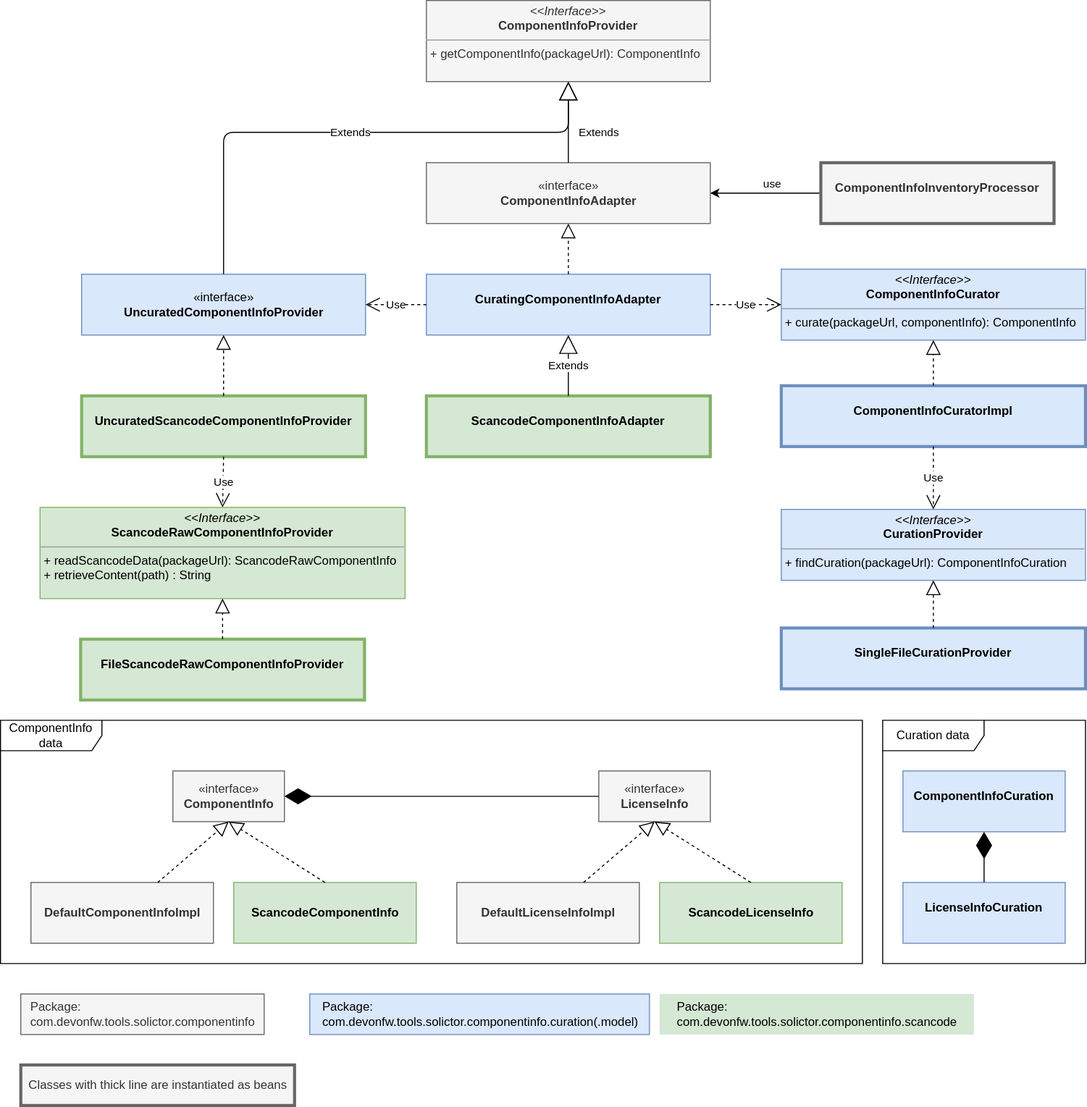
Earlier version of the draw.io export core/src/main/java/com/devonfw/tools/solicitor/componentinfo/doc-files/componentinfo_classes.drawio.svg (devonfw/solicitor). Source tidied: cells renumbered, new cells last; positions are measured from the earlier drawing's top-left corner, leaving out a move shared by most shapes. The source it was exported from:
```xml
<mxGraphModel>
  <root>
    <mxCell id="0" />
    <mxCell id="1" parent="0" />
    <mxCell id="2" value="Curation data" style="shape=umlFrame;whiteSpace=wrap;html=1;width=100;height=30;" parent="1" vertex="1">
      <mxGeometry x="870" y="710" width="200" height="240" as="geometry" />
    </mxCell>
    <mxCell id="3" value="ComponentInfo data" style="shape=umlFrame;whiteSpace=wrap;html=1;width=100;height=30;" parent="1" vertex="1">
      <mxGeometry y="710" width="850" height="240" as="geometry" />
    </mxCell>
    <mxCell id="4" value="«interface»&lt;br&gt;&lt;b&gt;ComponentInfo&lt;/b&gt;" style="html=1;fillColor=#f5f5f5;strokeColor=#666666;fontColor=#333333;" parent="1" vertex="1">
      <mxGeometry x="170" y="760" width="110" height="50" as="geometry" />
    </mxCell>
    <mxCell id="5" value="«interface»&lt;br&gt;&lt;b&gt;LicenseInfo&lt;/b&gt;" style="html=1;fillColor=#f5f5f5;strokeColor=#666666;fontColor=#333333;" parent="1" vertex="1">
      <mxGeometry x="590" y="760" width="110" height="50" as="geometry" />
    </mxCell>
    <mxCell id="6" value="&lt;b&gt;DefaultComponentInfoImpl&lt;/b&gt;" style="html=1;fillColor=#f5f5f5;strokeColor=#666666;fontColor=#333333;" parent="1" vertex="1">
      <mxGeometry x="30" y="870" width="180" height="60" as="geometry" />
    </mxCell>
    <mxCell id="7" value="&lt;b&gt;DefaultLicenseInfoImpl&lt;/b&gt;" style="html=1;fillColor=#f5f5f5;strokeColor=#666666;fontColor=#333333;" parent="1" vertex="1">
      <mxGeometry x="450" y="870" width="180" height="60" as="geometry" />
    </mxCell>
    <mxCell id="8" style="endArrow=block;dashed=1;endFill=0;endSize=12;html=1;entryX=0.5;entryY=1;entryDx=0;entryDy=0;" parent="1" edge="1" source="6" target="4">
      <mxGeometry relative="1" as="geometry" />
    </mxCell>
    <mxCell id="9" style="endArrow=block;dashed=1;endFill=0;endSize=12;html=1;entryX=0.5;entryY=1;entryDx=0;entryDy=0;" parent="1" edge="1" source="7" target="5">
      <mxGeometry relative="1" as="geometry" />
    </mxCell>
    <mxCell id="10" value="&lt;p style=&quot;margin: 0px ; margin-top: 4px ; text-align: center&quot;&gt;&lt;i&gt;&amp;lt;&amp;lt;Interface&amp;gt;&amp;gt;&lt;/i&gt;&lt;br&gt;&lt;b&gt;ComponentInfoProvider&lt;/b&gt;&lt;/p&gt;&lt;hr size=&quot;1&quot;&gt;&lt;p style=&quot;margin: 0px ; margin-left: 4px&quot;&gt;&lt;span&gt;+ getComponentInfo(packageUrl): ComponentInfo&lt;/span&gt;&lt;/p&gt;&lt;p style=&quot;margin: 0px ; margin-left: 4px&quot;&gt;&lt;br&gt;&lt;/p&gt;" style="verticalAlign=top;align=left;overflow=fill;fontSize=12;fontFamily=Helvetica;html=1;fillColor=#f5f5f5;strokeColor=#666666;fontColor=#333333;" parent="1" vertex="1">
      <mxGeometry x="420" width="280" height="80" as="geometry" />
    </mxCell>
    <mxCell id="11" value="«interface»&lt;br&gt;&lt;b&gt;ComponentInfoAdapter&lt;/b&gt;" style="html=1;fillColor=#f5f5f5;strokeColor=#666666;fontColor=#333333;" parent="1" vertex="1">
      <mxGeometry x="420" y="160" width="280" height="60" as="geometry" />
    </mxCell>
    <mxCell id="12" value="Extends" style="endArrow=block;endSize=16;endFill=0;html=1;entryX=0.5;entryY=1;entryDx=0;entryDy=0;exitX=0.5;exitY=0;exitDx=0;exitDy=0;" parent="1" edge="1" source="11" target="10">
      <mxGeometry x="-0.25" y="-30" relative="1" as="geometry" />
    </mxCell>
    <mxCell id="13" style="edgeStyle=orthogonalEdgeStyle;rounded=0;jettySize=auto;html=1;entryX=1;entryY=0.5;entryDx=0;entryDy=0;" parent="1" edge="1" source="15" target="11">
      <mxGeometry relative="1" as="geometry" />
    </mxCell>
    <mxCell id="14" value="use" style="edgeLabel;html=1;align=center;verticalAlign=middle;" parent="13" vertex="1">
      <mxGeometry x="0.33" y="-1" relative="1" as="geometry">
        <mxPoint x="23" y="-9" as="offset" />
      </mxGeometry>
    </mxCell>
    <mxCell id="15" value="&lt;p style=&quot;margin: 0px ; margin-top: 4px ; text-align: center&quot;&gt;&lt;br&gt;&lt;b&gt;ComponentInfoInventoryProcessor&lt;/b&gt;&lt;/p&gt;" style="verticalAlign=top;align=left;overflow=fill;fontSize=12;fontFamily=Helvetica;html=1;fillColor=#f5f5f5;strokeColor=#666666;fontColor=#333333;strokeWidth=3;" parent="1" vertex="1">
      <mxGeometry x="809" y="160" width="230" height="60" as="geometry" />
    </mxCell>
    <mxCell id="16" value="«interface»&lt;br&gt;&lt;b&gt;UncuratedComponentInfoProvider&lt;/b&gt;" style="html=1;fillColor=#dae8fc;strokeColor=#6c8ebf;" parent="1" vertex="1">
      <mxGeometry x="80" y="270" width="280" height="60" as="geometry" />
    </mxCell>
    <mxCell id="17" value="Extends" style="endArrow=block;endSize=16;endFill=0;html=1;exitX=0.5;exitY=0;exitDx=0;exitDy=0;edgeStyle=orthogonalEdgeStyle;" parent="1" edge="1" source="16">
      <mxGeometry relative="1" as="geometry">
        <mxPoint x="560" y="80" as="targetPoint" />
        <Array as="points">
          <mxPoint x="220" y="130" />
          <mxPoint x="560" y="130" />
        </Array>
      </mxGeometry>
    </mxCell>
    <mxCell id="18" value="&lt;p style=&quot;margin: 0px ; margin-top: 4px ; text-align: center&quot;&gt;&lt;br&gt;&lt;b&gt;CuratingComponentInfoAdapter&lt;/b&gt;&lt;/p&gt;" style="verticalAlign=top;align=left;overflow=fill;fontSize=12;fontFamily=Helvetica;html=1;fillColor=#dae8fc;strokeColor=#6c8ebf;" parent="1" vertex="1">
      <mxGeometry x="420" y="270" width="280" height="60" as="geometry" />
    </mxCell>
    <mxCell id="19" style="endArrow=block;dashed=1;endFill=0;endSize=12;html=1;exitX=0.5;exitY=0;exitDx=0;exitDy=0;entryX=0.5;entryY=1;entryDx=0;entryDy=0;" parent="1" edge="1" source="18" target="11">
      <mxGeometry relative="1" as="geometry" />
    </mxCell>
    <mxCell id="20" value="&lt;p style=&quot;margin: 0px ; margin-top: 4px ; text-align: center&quot;&gt;&lt;i&gt;&amp;lt;&amp;lt;Interface&amp;gt;&amp;gt;&lt;/i&gt;&lt;br&gt;&lt;b&gt;ComponentInfoCurator&lt;/b&gt;&lt;/p&gt;&lt;hr size=&quot;1&quot;&gt;&lt;p style=&quot;margin: 0px ; margin-left: 4px&quot;&gt;+ curate(packageUrl, componentInfo): ComponentInfo&lt;br&gt;&lt;/p&gt;" style="verticalAlign=top;align=left;overflow=fill;fontSize=12;fontFamily=Helvetica;html=1;fillColor=#dae8fc;strokeColor=#6c8ebf;" parent="1" vertex="1">
      <mxGeometry x="770" y="265" width="300" height="70" as="geometry" />
    </mxCell>
    <mxCell id="21" value="Use" style="endArrow=open;endSize=12;dashed=1;html=1;exitX=1;exitY=0.5;exitDx=0;exitDy=0;entryX=0;entryY=0.5;entryDx=0;entryDy=0;" parent="1" edge="1" source="18" target="20">
      <mxGeometry relative="1" as="geometry" />
    </mxCell>
    <mxCell id="22" value="Use" style="endArrow=open;endSize=12;dashed=1;html=1;entryX=1;entryY=0.5;entryDx=0;entryDy=0;exitX=0;exitY=0.5;exitDx=0;exitDy=0;" parent="1" edge="1" source="18" target="16">
      <mxGeometry relative="1" as="geometry" />
    </mxCell>
    <mxCell id="23" value="&lt;p style=&quot;margin: 0px ; margin-top: 4px ; text-align: center&quot;&gt;&lt;br&gt;&lt;b&gt;ComponentInfoCuratorImpl&lt;/b&gt;&lt;/p&gt;" style="verticalAlign=top;align=left;overflow=fill;fontSize=12;fontFamily=Helvetica;html=1;fillColor=#dae8fc;strokeColor=#6c8ebf;strokeWidth=3;" parent="1" vertex="1">
      <mxGeometry x="770" y="380" width="300" height="60" as="geometry" />
    </mxCell>
    <mxCell id="24" style="endArrow=block;dashed=1;endFill=0;endSize=12;html=1;exitX=0.5;exitY=0;exitDx=0;exitDy=0;" parent="1" edge="1" source="23" target="20">
      <mxGeometry relative="1" as="geometry" />
    </mxCell>
    <mxCell id="25" value="&lt;p style=&quot;margin: 0px ; margin-top: 4px ; text-align: center&quot;&gt;&lt;i&gt;&amp;lt;&amp;lt;Interface&amp;gt;&amp;gt;&lt;/i&gt;&lt;br&gt;&lt;b&gt;CurationProvider&lt;/b&gt;&lt;/p&gt;&lt;hr size=&quot;1&quot;&gt;&lt;p style=&quot;margin: 0px ; margin-left: 4px&quot;&gt;+ findCuration(packageUrl): ComponentInfoCuration&lt;br&gt;&lt;/p&gt;" style="verticalAlign=top;align=left;overflow=fill;fontSize=12;fontFamily=Helvetica;html=1;fillColor=#dae8fc;strokeColor=#6c8ebf;" parent="1" vertex="1">
      <mxGeometry x="770" y="502" width="300" height="70" as="geometry" />
    </mxCell>
    <mxCell id="26" value="Use" style="endArrow=open;endSize=12;dashed=1;html=1;entryX=0.5;entryY=0;entryDx=0;entryDy=0;exitX=0.5;exitY=1;exitDx=0;exitDy=0;" parent="1" edge="1" source="23" target="25">
      <mxGeometry relative="1" as="geometry" />
    </mxCell>
    <mxCell id="27" value="&lt;p style=&quot;margin: 0px ; margin-top: 4px ; text-align: center&quot;&gt;&lt;br&gt;&lt;b&gt;SingleFileCurationProvider&lt;/b&gt;&lt;/p&gt;" style="verticalAlign=top;align=left;overflow=fill;fontSize=12;fontFamily=Helvetica;html=1;fillColor=#dae8fc;strokeColor=#6c8ebf;strokeWidth=3;" parent="1" vertex="1">
      <mxGeometry x="770" y="619" width="300" height="60" as="geometry" />
    </mxCell>
    <mxCell id="28" style="endArrow=block;dashed=1;endFill=0;endSize=12;html=1;entryX=0.5;entryY=1;entryDx=0;entryDy=0;exitX=0.5;exitY=0;exitDx=0;exitDy=0;" parent="1" edge="1" source="27" target="25">
      <mxGeometry relative="1" as="geometry" />
    </mxCell>
    <mxCell id="29" value="&lt;p style=&quot;margin: 0px ; margin-top: 4px ; text-align: center&quot;&gt;&lt;br&gt;&lt;b&gt;ComponentInfoCuration&lt;/b&gt;&lt;/p&gt;" style="verticalAlign=top;align=left;overflow=fill;fontSize=12;fontFamily=Helvetica;html=1;fillColor=#dae8fc;strokeColor=#6c8ebf;" parent="1" vertex="1">
      <mxGeometry x="890" y="760" width="160" height="60" as="geometry" />
    </mxCell>
    <mxCell id="30" value="&lt;p style=&quot;margin: 0px ; margin-top: 4px ; text-align: center&quot;&gt;&lt;br&gt;&lt;b&gt;LicenseInfoCuration&lt;/b&gt;&lt;/p&gt;" style="verticalAlign=top;align=left;overflow=fill;fontSize=12;fontFamily=Helvetica;html=1;fillColor=#dae8fc;strokeColor=#6c8ebf;" parent="1" vertex="1">
      <mxGeometry x="890" y="870" width="160" height="60" as="geometry" />
    </mxCell>
    <mxCell id="31" style="endArrow=diamondThin;endFill=1;endSize=24;html=1;exitX=0.5;exitY=0;exitDx=0;exitDy=0;entryX=0.5;entryY=1;entryDx=0;entryDy=0;" parent="1" edge="1" source="30" target="29">
      <mxGeometry relative="1" as="geometry" />
    </mxCell>
    <mxCell id="32" value="&lt;p style=&quot;margin: 0px ; margin-top: 4px ; text-align: center&quot;&gt;&lt;br&gt;&lt;b&gt;ScancodeComponentInfoAdapter&lt;/b&gt;&lt;/p&gt;" style="verticalAlign=top;align=left;overflow=fill;fontSize=12;fontFamily=Helvetica;html=1;fillColor=#d5e8d4;strokeColor=#82b366;strokeWidth=3;" parent="1" vertex="1">
      <mxGeometry x="420" y="390" width="280" height="60" as="geometry" />
    </mxCell>
    <mxCell id="33" value="Extends" style="endArrow=block;endSize=16;endFill=0;html=1;entryX=0.5;entryY=1;entryDx=0;entryDy=0;exitX=0.5;exitY=0;exitDx=0;exitDy=0;" parent="1" edge="1" source="32" target="18">
      <mxGeometry relative="1" as="geometry" />
    </mxCell>
    <mxCell id="34" value="&lt;p style=&quot;margin: 0px ; margin-top: 4px ; text-align: center&quot;&gt;&lt;br&gt;&lt;b&gt;UncuratedScancodeComponentInfoProvider&lt;/b&gt;&lt;/p&gt;" style="verticalAlign=top;align=left;overflow=fill;fontSize=12;fontFamily=Helvetica;html=1;fillColor=#d5e8d4;strokeColor=#82b366;strokeWidth=3;" parent="1" vertex="1">
      <mxGeometry x="80" y="390" width="280" height="60" as="geometry" />
    </mxCell>
    <mxCell id="35" style="endArrow=block;dashed=1;endFill=0;endSize=12;html=1;entryX=0.5;entryY=1;entryDx=0;entryDy=0;exitX=0.5;exitY=0;exitDx=0;exitDy=0;" parent="1" edge="1" source="34" target="16">
      <mxGeometry relative="1" as="geometry" />
    </mxCell>
    <mxCell id="36" value="Use" style="endArrow=open;endSize=12;dashed=1;html=1;exitX=0.5;exitY=1;exitDx=0;exitDy=0;entryX=0.5;entryY=0;entryDx=0;entryDy=0;" parent="1" edge="1" source="34" target="37">
      <mxGeometry relative="1" as="geometry" />
    </mxCell>
    <mxCell id="37" value="&lt;p style=&quot;margin: 0px ; margin-top: 4px ; text-align: center&quot;&gt;&lt;i&gt;&amp;lt;&amp;lt;Interface&amp;gt;&amp;gt;&lt;/i&gt;&lt;br&gt;&lt;b&gt;ScancodeRawComponentInfoProvider&lt;/b&gt;&lt;/p&gt;&lt;hr size=&quot;1&quot;&gt;&lt;p style=&quot;margin: 0px ; margin-left: 4px&quot;&gt;+ readScancodeData(packageUrl): ScancodeRawComponentInfo&lt;br&gt;&lt;/p&gt;&lt;p style=&quot;margin: 0px ; margin-left: 4px&quot;&gt;+&amp;nbsp;retrieveContent(path) : String&lt;/p&gt;" style="verticalAlign=top;align=left;overflow=fill;fontSize=12;fontFamily=Helvetica;html=1;fillColor=#d5e8d4;strokeColor=#82b366;" parent="1" vertex="1">
      <mxGeometry x="39" y="500" width="360" height="90" as="geometry" />
    </mxCell>
    <mxCell id="38" value="&lt;p style=&quot;margin: 0px ; margin-top: 4px ; text-align: center&quot;&gt;&lt;br&gt;&lt;b&gt;FileScancodeRawComponentInfoProvider&lt;/b&gt;&lt;br&gt;&lt;/p&gt;" style="verticalAlign=top;align=left;overflow=fill;fontSize=12;fontFamily=Helvetica;html=1;fillColor=#d5e8d4;strokeColor=#82b366;strokeWidth=3;" parent="1" vertex="1">
      <mxGeometry x="79" y="630" width="280" height="60" as="geometry" />
    </mxCell>
    <mxCell id="39" style="endArrow=block;dashed=1;endFill=0;endSize=12;html=1;exitX=0.5;exitY=0;exitDx=0;exitDy=0;entryX=0.5;entryY=1;entryDx=0;entryDy=0;" parent="1" edge="1" source="38" target="37">
      <mxGeometry relative="1" as="geometry" />
    </mxCell>
    <mxCell id="40" style="endArrow=diamondThin;endFill=1;endSize=24;html=1;exitX=0;exitY=0.5;exitDx=0;exitDy=0;entryX=1;entryY=0.5;entryDx=0;entryDy=0;" parent="1" edge="1" source="5" target="4">
      <mxGeometry relative="1" as="geometry" />
    </mxCell>
    <mxCell id="41" value="&lt;b&gt;ScancodeComponentInfo&lt;/b&gt;" style="html=1;fillColor=#d5e8d4;strokeColor=#82b366;" parent="1" vertex="1">
      <mxGeometry x="230" y="870" width="180" height="60" as="geometry" />
    </mxCell>
    <mxCell id="42" style="endArrow=block;dashed=1;endFill=0;endSize=12;html=1;exitX=0.5;exitY=0;exitDx=0;exitDy=0;entryX=0.5;entryY=1;entryDx=0;entryDy=0;" parent="1" edge="1" source="41" target="4">
      <mxGeometry relative="1" as="geometry" />
    </mxCell>
    <mxCell id="43" value="&lt;b&gt;ScancodeLicenseInfo&lt;br&gt;&lt;/b&gt;" style="html=1;fillColor=#d5e8d4;strokeColor=#82b366;" parent="1" vertex="1">
      <mxGeometry x="650" y="870" width="180" height="60" as="geometry" />
    </mxCell>
    <mxCell id="44" style="endArrow=block;dashed=1;endFill=0;endSize=12;html=1;exitX=0.5;exitY=0;exitDx=0;exitDy=0;entryX=0.5;entryY=1;entryDx=0;entryDy=0;" parent="1" edge="1" source="43" target="5">
      <mxGeometry relative="1" as="geometry" />
    </mxCell>
    <mxCell id="45" value="&lt;div style=&quot;text-align: left&quot;&gt;&lt;span&gt;Package:&lt;/span&gt;&lt;/div&gt;com.devonfw.tools.solictor.componentinfo.scancode" style="html=1;fillColor=#d5e8d4;strokeColor=none;" parent="1" vertex="1">
      <mxGeometry x="650" y="980" width="310" height="40" as="geometry" />
    </mxCell>
    <mxCell id="46" value="&lt;div style=&quot;text-align: left&quot;&gt;&lt;span&gt;Package:&lt;/span&gt;&lt;/div&gt;com.devonfw.tools.solictor.componentinfo" style="html=1;fillColor=#f5f5f5;strokeColor=#666666;fontColor=#333333;" parent="1" vertex="1">
      <mxGeometry x="20" y="980" width="240" height="40" as="geometry" />
    </mxCell>
    <mxCell id="47" value="&lt;div style=&quot;text-align: left&quot;&gt;&lt;span&gt;Package:&lt;/span&gt;&lt;/div&gt;com.devonfw.tools.solictor.componentinfo.curation(.model)" style="html=1;fillColor=#dae8fc;strokeColor=#6c8ebf;" parent="1" vertex="1">
      <mxGeometry x="305" y="980" width="335" height="40" as="geometry" />
    </mxCell>
    <mxCell id="48" value="Classes with thick line are instantiated as beans&lt;div style=&quot;text-align: left&quot;&gt;&lt;/div&gt;" style="html=1;fillColor=#f5f5f5;strokeColor=#666666;fontColor=#333333;strokeWidth=3;" parent="1" vertex="1">
      <mxGeometry x="20" y="1050" width="270" height="40" as="geometry" />
    </mxCell>
  </root>
</mxGraphModel>
```
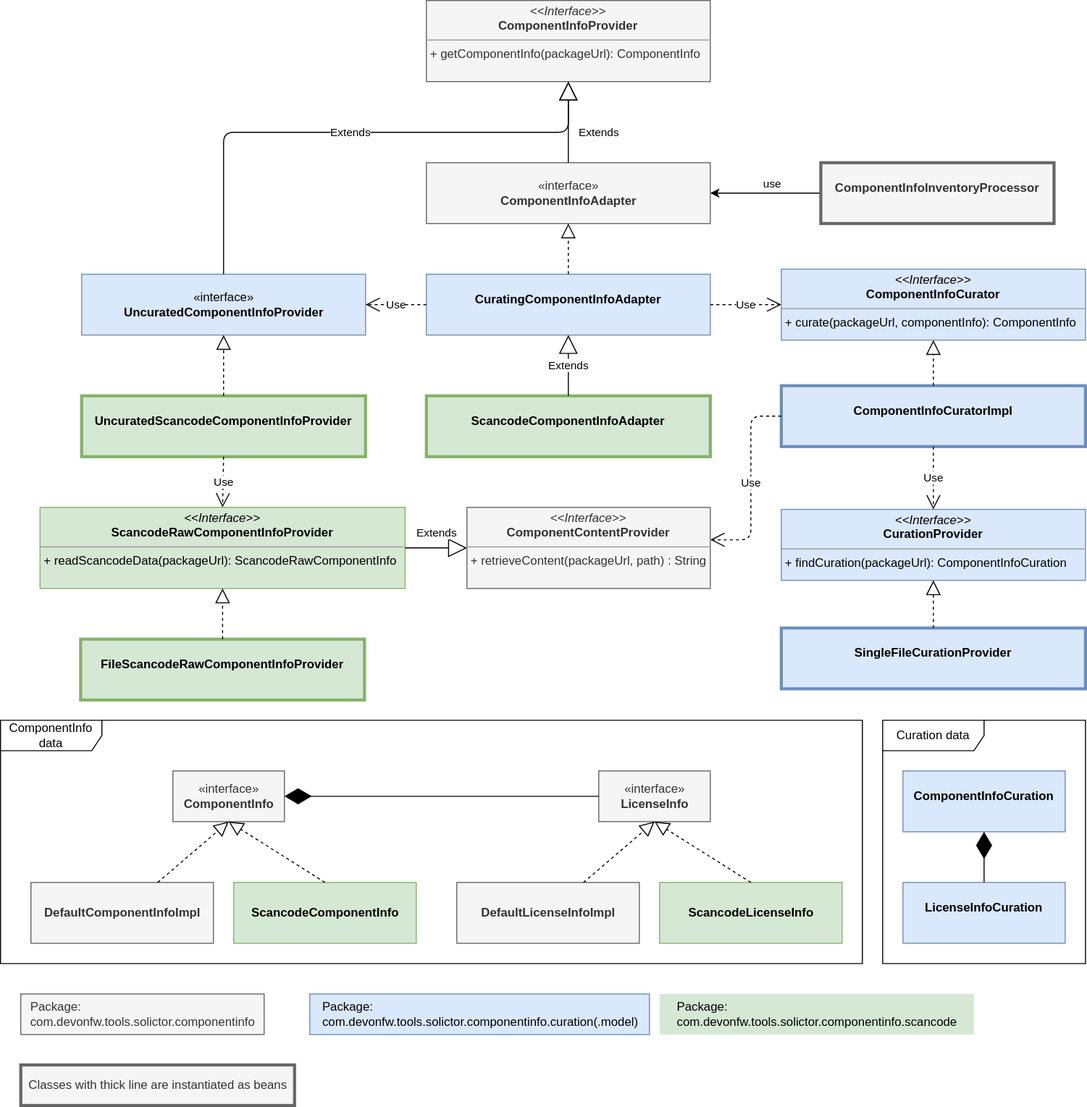
Above is the later version.

Commit message:
Fix of https://github.com/devonfw/solicitor/issues/192: References to files within a component are now given by a path relative to the component root directory, prefixed by $PKG_ROOT$\.

Change to the diagram source:
```diff
@@ -115,8 +115,8 @@
     <mxCell id="36" value="Use" style="endArrow=open;endSize=12;dashed=1;html=1;exitX=0.5;exitY=1;exitDx=0;exitDy=0;entryX=0.5;entryY=0;entryDx=0;entryDy=0;" parent="1" edge="1" source="34" target="37">
       <mxGeometry relative="1" as="geometry" />
     </mxCell>
-    <mxCell id="37" value="&lt;p style=&quot;margin: 0px ; margin-top: 4px ; text-align: center&quot;&gt;&lt;i&gt;&amp;lt;&amp;lt;Interface&amp;gt;&amp;gt;&lt;/i&gt;&lt;br&gt;&lt;b&gt;ScancodeRawComponentInfoProvider&lt;/b&gt;&lt;/p&gt;&lt;hr size=&quot;1&quot;&gt;&lt;p style=&quot;margin: 0px ; margin-left: 4px&quot;&gt;+ readScancodeData(packageUrl): ScancodeRawComponentInfo&lt;br&gt;&lt;/p&gt;&lt;p style=&quot;margin: 0px ; margin-left: 4px&quot;&gt;+&amp;nbsp;retrieveContent(path) : String&lt;/p&gt;" style="verticalAlign=top;align=left;overflow=fill;fontSize=12;fontFamily=Helvetica;html=1;fillColor=#d5e8d4;strokeColor=#82b366;" parent="1" vertex="1">
-      <mxGeometry x="39" y="500" width="360" height="90" as="geometry" />
+    <mxCell id="37" value="&lt;p style=&quot;margin: 0px ; margin-top: 4px ; text-align: center&quot;&gt;&lt;i&gt;&amp;lt;&amp;lt;Interface&amp;gt;&amp;gt;&lt;/i&gt;&lt;br&gt;&lt;b&gt;ScancodeRawComponentInfoProvider&lt;/b&gt;&lt;/p&gt;&lt;hr size=&quot;1&quot;&gt;&lt;p style=&quot;margin: 0px ; margin-left: 4px&quot;&gt;+ readScancodeData(packageUrl): ScancodeRawComponentInfo&lt;/p&gt;" style="verticalAlign=top;align=left;overflow=fill;fontSize=12;fontFamily=Helvetica;html=1;fillColor=#d5e8d4;strokeColor=#82b366;" parent="1" vertex="1">
+      <mxGeometry x="39" y="500" width="360" height="80" as="geometry" />
     </mxCell>
     <mxCell id="38" value="&lt;p style=&quot;margin: 0px ; margin-top: 4px ; text-align: center&quot;&gt;&lt;br&gt;&lt;b&gt;FileScancodeRawComponentInfoProvider&lt;/b&gt;&lt;br&gt;&lt;/p&gt;" style="verticalAlign=top;align=left;overflow=fill;fontSize=12;fontFamily=Helvetica;html=1;fillColor=#d5e8d4;strokeColor=#82b366;strokeWidth=3;" parent="1" vertex="1">
       <mxGeometry x="79" y="630" width="280" height="60" as="geometry" />
@@ -151,5 +151,20 @@
     <mxCell id="48" value="Classes with thick line are instantiated as beans&lt;div style=&quot;text-align: left&quot;&gt;&lt;/div&gt;" style="html=1;fillColor=#f5f5f5;strokeColor=#666666;fontColor=#333333;strokeWidth=3;" parent="1" vertex="1">
       <mxGeometry x="20" y="1050" width="270" height="40" as="geometry" />
     </mxCell>
+    <mxCell id="49" value="&lt;p style=&quot;margin: 0px ; margin-top: 4px ; text-align: center&quot;&gt;&lt;i&gt;&amp;lt;&amp;lt;Interface&amp;gt;&amp;gt;&lt;/i&gt;&lt;br&gt;&lt;b&gt;ComponentContentProvider&lt;/b&gt;&lt;/p&gt;&lt;hr size=&quot;1&quot;&gt;&lt;p style=&quot;margin: 0px ; margin-left: 4px&quot;&gt;&lt;span&gt;+&amp;nbsp;retrieveContent(packageUrl, path) : String&lt;/span&gt;&lt;br&gt;&lt;/p&gt;" style="verticalAlign=top;align=left;overflow=fill;fontSize=12;fontFamily=Helvetica;html=1;fillColor=#f5f5f5;strokeColor=#666666;fontColor=#333333;" parent="1" vertex="1">
+      <mxGeometry x="460" y="500" width="240" height="80" as="geometry" />
+    </mxCell>
+    <mxCell id="50" value="Extends" style="endArrow=block;endSize=16;endFill=0;html=1;entryX=0;entryY=0.5;entryDx=0;entryDy=0;exitX=1;exitY=0.5;exitDx=0;exitDy=0;" parent="1" edge="1" source="37" target="49">
+      <mxGeometry x="0.02" y="15" relative="1" as="geometry" />
+    </mxCell>
+    <mxCell id="51" value="Use" style="endArrow=open;endSize=12;dashed=1;html=1;exitX=0;exitY=0.5;exitDx=0;exitDy=0;edgeStyle=orthogonalEdgeStyle;" parent="1" edge="1" source="23">
+      <mxGeometry relative="1" as="geometry">
+        <mxPoint x="700" y="532" as="targetPoint" />
+        <Array as="points">
+          <mxPoint x="740" y="410" />
+          <mxPoint x="740" y="532" />
+        </Array>
+      </mxGeometry>
+    </mxCell>
   </root>
 </mxGraphModel>
```
